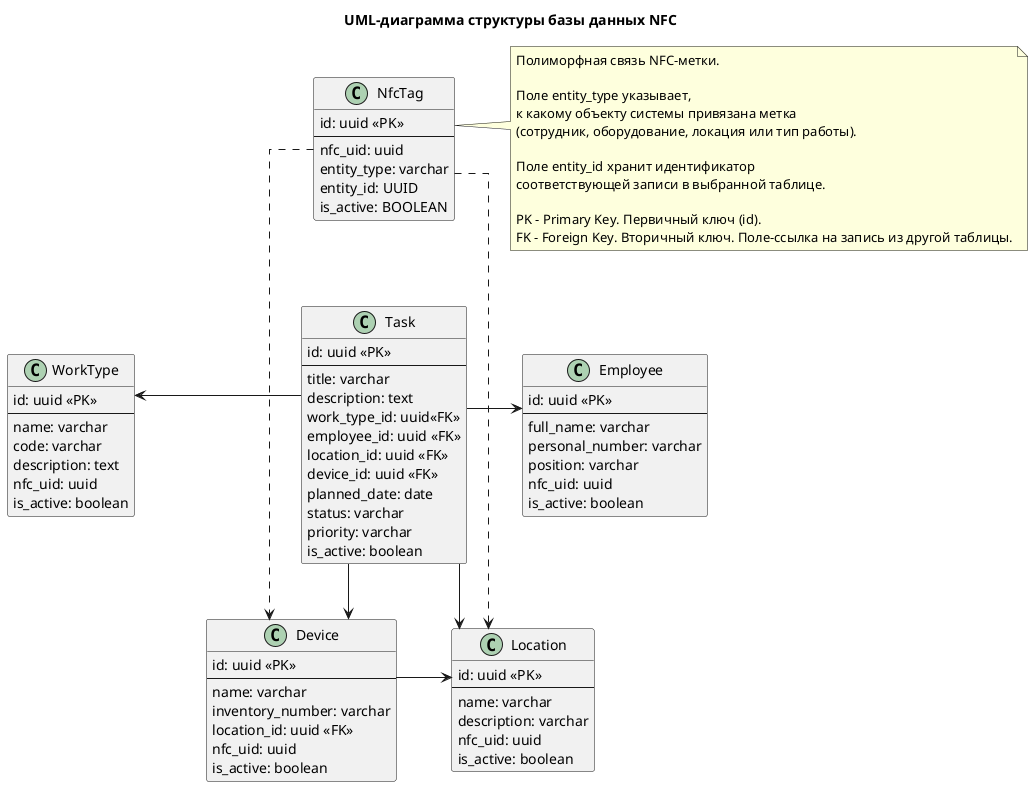
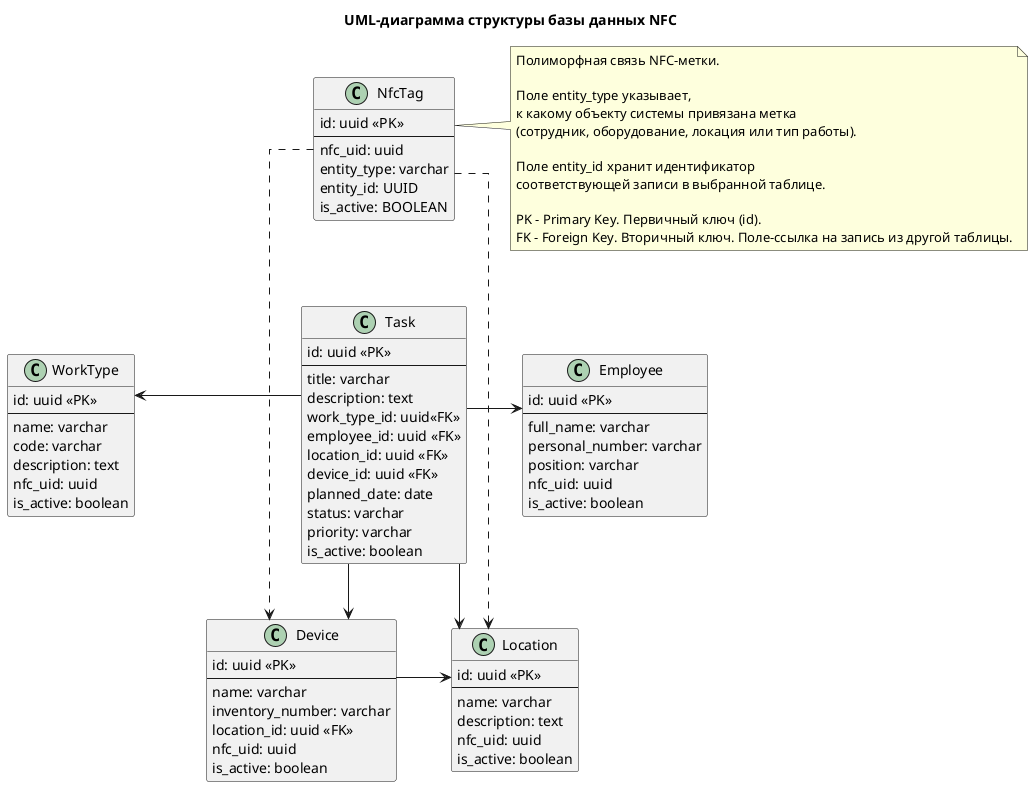
@startuml
title UML-диаграмма структуры базы данных NFC

top to bottom direction

skinparam classAttributeIconSize 0
skinparam linetype ortho
skinparam nodesep 55
skinparam ranksep 55

class NfcTag {
    id: uuid <<PK>>
    --
    nfc_uid: uuid
    entity_type: varchar
    entity_id: UUID
    is_active: BOOLEAN
}

class WorkType {
    id: uuid <<PK>>
    --
    name: varchar
    code: varchar
    description: text
    nfc_uid: uuid
    is_active: boolean
}

class Employee {
    id: uuid <<PK>>
    --
    full_name: varchar
    personal_number: varchar
    position: varchar
    nfc_uid: uuid
    is_active: boolean
}

class Task {
    id: uuid <<PK>>
    --
    title: varchar
    description: text
    work_type_id: uuid<<FK>>
    employee_id: uuid <<FK>>
    location_id: uuid <<FK>>
    device_id: uuid <<FK>>
    planned_date: date
    status: varchar
    priority: varchar
    is_active: boolean
}

class Device {
    id: uuid <<PK>>
    --
    name: varchar
    inventory_number: varchar
    location_id: uuid <<FK>>
    nfc_uid: uuid
    is_active: boolean
}

class Location {
    id: uuid <<PK>>
    --
    name: varchar
-     description: varchar
+     description: text
    nfc_uid: uuid
    is_active: boolean
}


Task -left-> WorkType
Task -right-> Employee
Task -down-> Device
Task -down-> Location

NfcTag ..> Device
NfcTag ..> Location

Device -right-> Location

note right of NfcTag
  Полиморфная связь NFC-метки.

  Поле entity_type указывает,
  к какому объекту системы привязана метка
  (сотрудник, оборудование, локация или тип работы).

  Поле entity_id хранит идентификатор
  соответствующей записи в выбранной таблице.

  PK - Primary Key. Первичный ключ (id).
  FK - Foreign Key. Вторичный ключ. Поле-ссылка на запись из другой таблицы.
end note

WorkType -[hidden]right-> Task
Task -[hidden]right-> Employee

Device -[hidden]right-> Location

NfcTag -[hidden]down-> Task
WorkType -[hidden]down-> Device
Employee -[hidden]down-> Location


@enduml